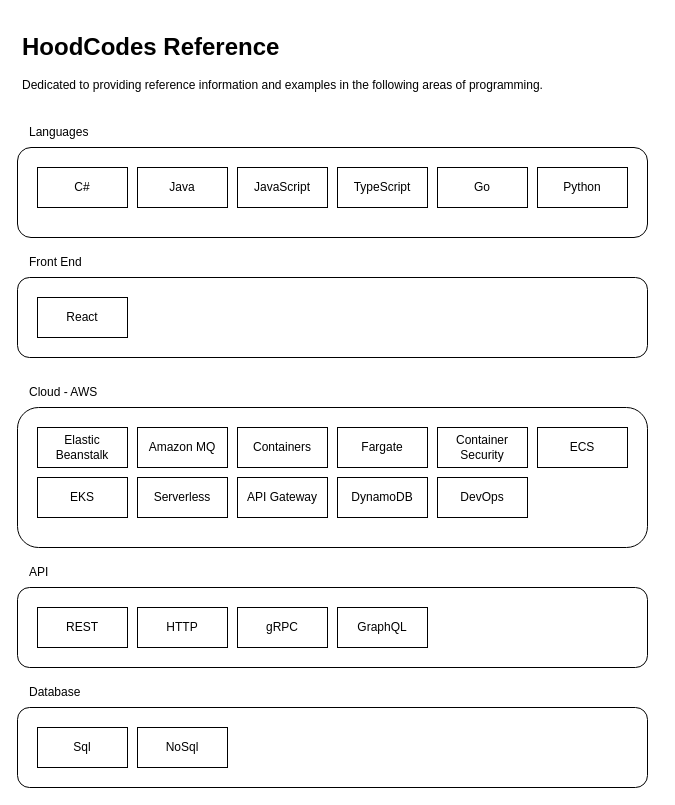
This is assets/Topics.drawio from hoodcodes/hoodcodes-reference, a draw.io file, before an edit. Source tidied: cells renumbered, new cells numbered last; positions are measured from the earlier drawing's top-left corner, leaving out a move shared by most shapes. Both pictures are drawn from the tidied source at 100%, with x=0, y=0 at pixel (17, 27).
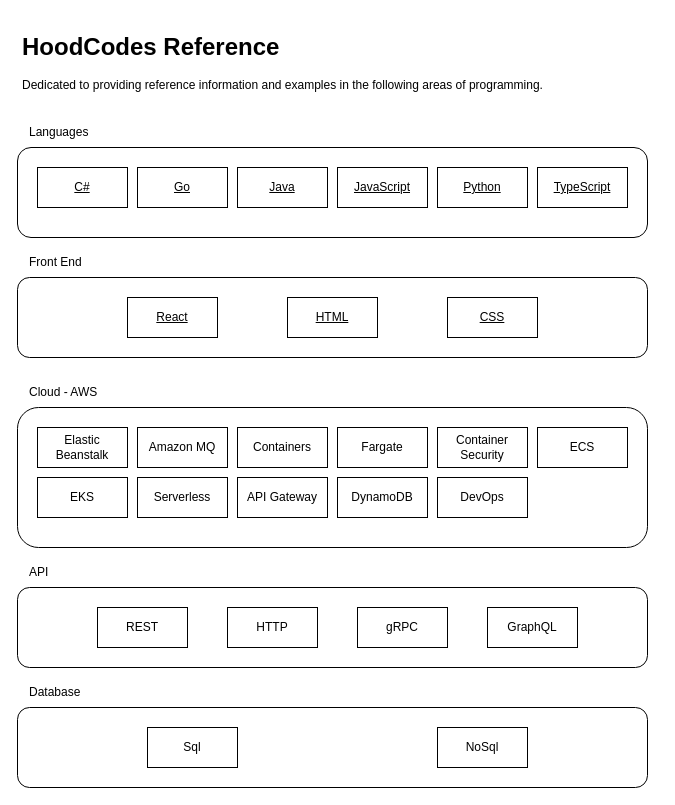
The same page after the edit.

Commit message (it also covers changes not shown here):
modified drawing.io and added links to sections.  renamed javascript/ES5/ES5-TOC.md to README.md

Change to the diagram source:
```diff
@@
     <mxCell id="6" value="REST" style="rounded=0;whiteSpace=wrap;html=1;" parent="1" vertex="1">
-      <mxGeometry x="20" y="580" width="90" height="40" as="geometry" />
+      <mxGeometry x="80" y="580" width="90" height="40" as="geometry" />
     </mxCell>
     <mxCell id="7" value="HTTP" style="rounded=0;whiteSpace=wrap;html=1;" parent="1" vertex="1">
-      <mxGeometry x="120" y="580" width="90" height="40" as="geometry" />
+      <mxGeometry x="210" y="580" width="90" height="40" as="geometry" />
     </mxCell>
     <mxCell id="8" value="gRPC" style="rounded=0;whiteSpace=wrap;html=1;" parent="1" vertex="1">
-      <mxGeometry x="220" y="580" width="90" height="40" as="geometry" />
+      <mxGeometry x="340" y="580" width="90" height="40" as="geometry" />
     </mxCell>
     <mxCell id="9" value="GraphQL" style="rounded=0;whiteSpace=wrap;html=1;" parent="1" vertex="1">
-      <mxGeometry x="320" y="580" width="90" height="40" as="geometry" />
+      <mxGeometry x="470" y="580" width="90" height="40" as="geometry" />
     </mxCell>
-    <mxCell id="10" value="C#" style="rounded=0;whiteSpace=wrap;html=1;" parent="1" vertex="1">
+    <mxCell id="10" value="C#" style="rounded=0;whiteSpace=wrap;html=1;fontStyle=4;" parent="1" vertex="1">
       <mxGeometry x="20" y="140" width="90" height="40" as="geometry" />
     </mxCell>
-    <mxCell id="11" value="Java" style="rounded=0;whiteSpace=wrap;html=1;" parent="1" vertex="1">
-      <mxGeometry x="120" y="140" width="90" height="40" as="geometry" />
+    <mxCell id="11" value="Java" style="rounded=0;whiteSpace=wrap;html=1;fontStyle=4;" parent="1" vertex="1">
+      <mxGeometry x="220" y="140" width="90" height="40" as="geometry" />
     </mxCell>
-    <mxCell id="12" value="JavaScript" style="rounded=0;whiteSpace=wrap;html=1;" parent="1" vertex="1">
-      <mxGeometry x="220" y="140" width="90" height="40" as="geometry" />
+    <mxCell id="12" value="JavaScript" style="rounded=0;whiteSpace=wrap;html=1;fontStyle=4;" parent="1" vertex="1">
+      <mxGeometry x="320" y="140" width="90" height="40" as="geometry" />
     </mxCell>
-    <mxCell id="13" value="Go" style="rounded=0;whiteSpace=wrap;html=1;" parent="1" vertex="1">
-      <mxGeometry x="420" y="140" width="90" height="40" as="geometry" />
+    <mxCell id="13" value="Go" style="rounded=0;whiteSpace=wrap;html=1;fontStyle=4;" parent="1" vertex="1">
+      <mxGeometry x="120" y="140" width="90" height="40" as="geometry" />
     </mxCell>
-    <mxCell id="14" value="TypeScript" style="rounded=0;whiteSpace=wrap;html=1;" parent="1" vertex="1">
-      <mxGeometry x="320" y="140" width="90" height="40" as="geometry" />
+    <mxCell id="14" value="TypeScript" style="rounded=0;whiteSpace=wrap;html=1;fontStyle=4;" parent="1" vertex="1">
+      <mxGeometry x="520" y="140" width="90" height="40" as="geometry" />
     </mxCell>
-    <mxCell id="15" value="Python" style="rounded=0;whiteSpace=wrap;html=1;" parent="1" vertex="1">
-      <mxGeometry x="520" y="140" width="90" height="40" as="geometry" />
+    <mxCell id="15" value="Python" style="rounded=0;whiteSpace=wrap;html=1;fontStyle=4;" parent="1" vertex="1">
+      <mxGeometry x="420" y="140" width="90" height="40" as="geometry" />
     </mxCell>
@@
     <mxCell id="27" value="Sql" style="rounded=0;whiteSpace=wrap;html=1;" parent="1" vertex="1">
-      <mxGeometry x="20" y="700" width="90" height="40" as="geometry" />
+      <mxGeometry x="130" y="700" width="90" height="40" as="geometry" />
     </mxCell>
     <mxCell id="28" value="NoSql" style="rounded=0;whiteSpace=wrap;html=1;" parent="1" vertex="1">
-      <mxGeometry x="120" y="700" width="90" height="40" as="geometry" />
+      <mxGeometry x="420" y="700" width="90" height="40" as="geometry" />
     </mxCell>
@@
-    <mxCell id="35" value="React" style="rounded=0;whiteSpace=wrap;html=1;" parent="1" vertex="1">
-      <mxGeometry x="20" y="270" width="90" height="40" as="geometry" />
+    <mxCell id="35" value="React" style="rounded=0;whiteSpace=wrap;html=1;fontStyle=4;" parent="1" vertex="1">
+      <mxGeometry x="110" y="270" width="90" height="40" as="geometry" />
     </mxCell>
@@
+    <mxCell id="37" value="HTML" style="rounded=0;whiteSpace=wrap;html=1;fontStyle=4;" parent="1" vertex="1">
+      <mxGeometry x="270" y="270" width="90" height="40" as="geometry" />
+    </mxCell>
+    <mxCell id="38" value="CSS" style="rounded=0;whiteSpace=wrap;html=1;fontStyle=4;" parent="1" vertex="1">
+      <mxGeometry x="430" y="270" width="90" height="40" as="geometry" />
+    </mxCell>
```
